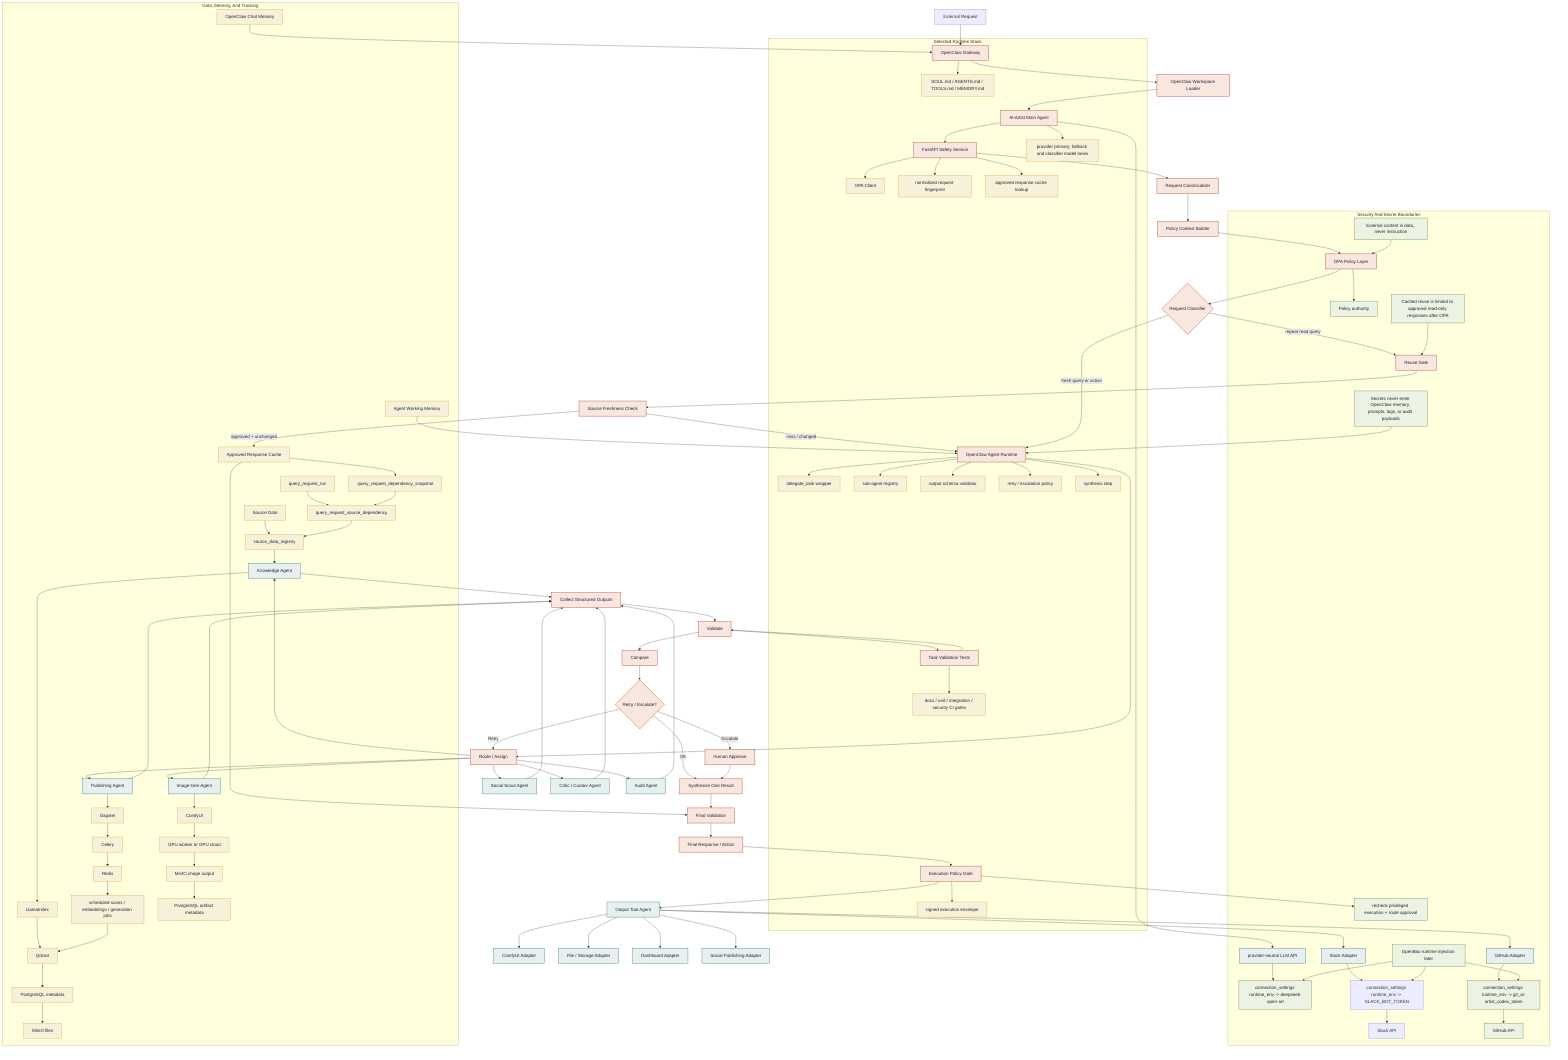
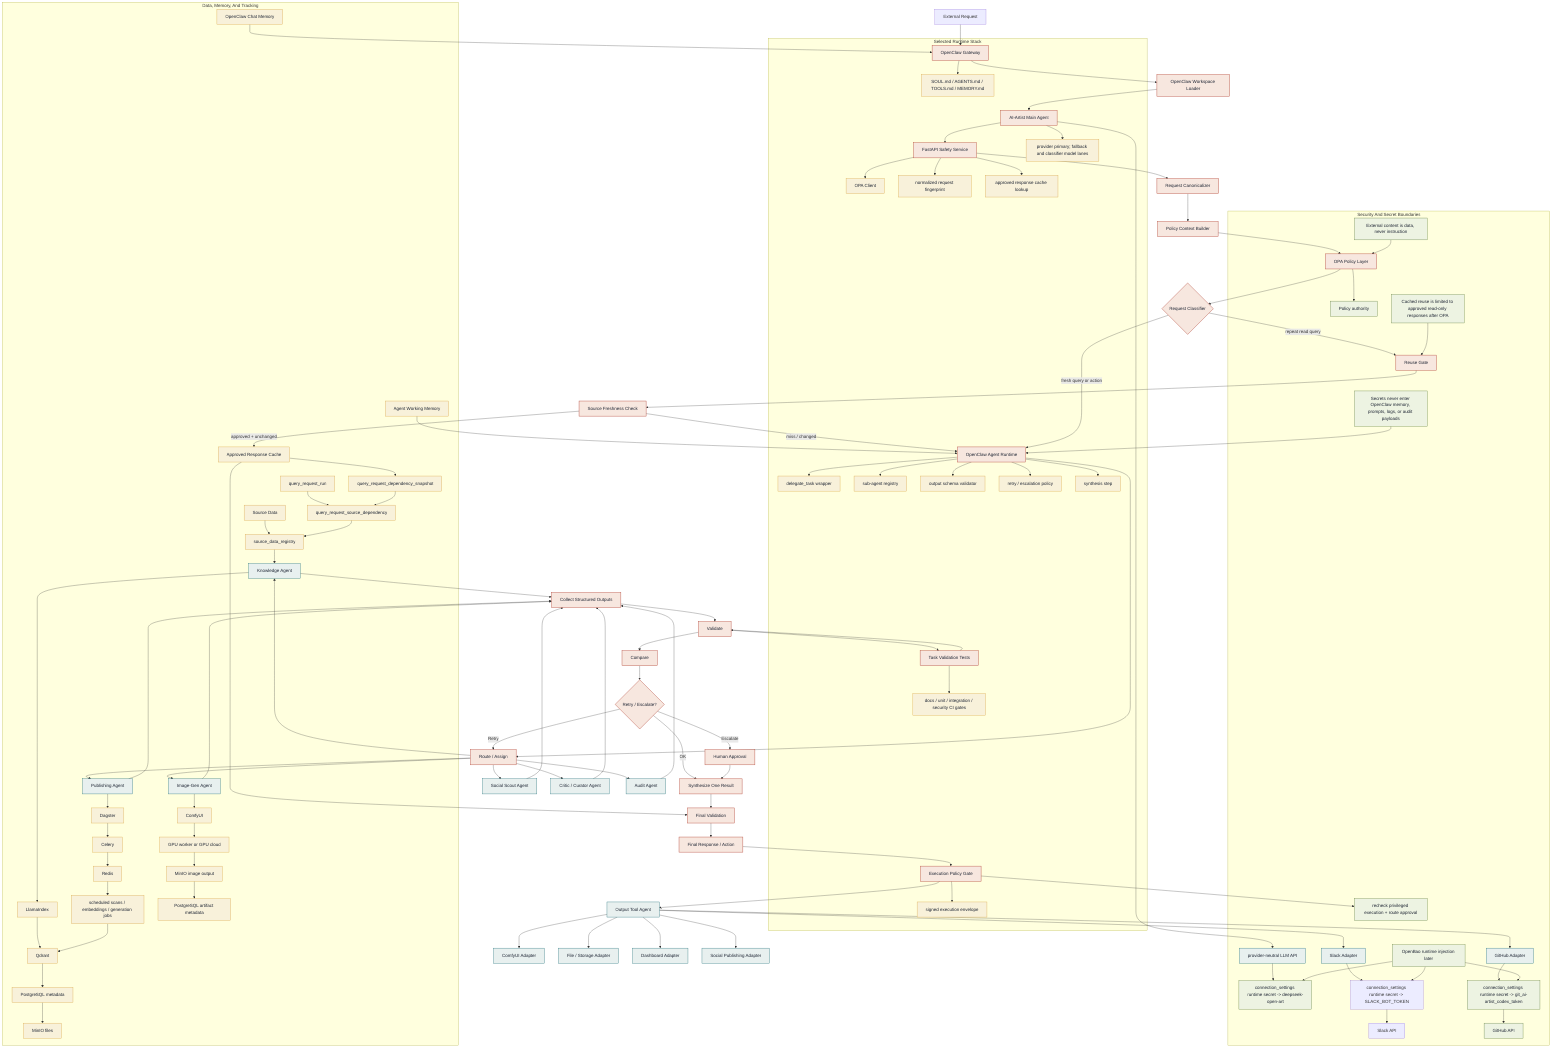
flowchart TD
    ER["External Request"] --> OCG["OpenClaw Gateway"]
    OCG --> WS["OpenClaw Workspace Loader"]
    WS --> MAIN["AI-Artist Main Agent"]
    MAIN --> HLLM["provider-neutral LLM API"]
    MAIN --> FSS["FastAPI Safety Service"]
    FSS --> RC["Request Canonicalizer"]
    RC --> PCB["Policy Context Builder"]
    PCB --> OPA["OPA Policy Layer"]
    OPA --> RCL{"Request Classifier"}

    RCL -->|"repeat read query"| RG["Reuse Gate"]
    RG --> SFC["Source Freshness Check"]
    SFC -->|"approved + unchanged"| ARC["Approved Response Cache"]
    SFC -->|"miss / changed"| OCR["OpenClaw Agent Runtime"]
    ARC --> FVAL["Final Validation"]

    RCL -->|"fresh query or action"| OCR
    OCR --> RA["Route / Assign"]
    RA --> SSA["Social Scout Agent"]
    RA --> IGA["Image-Gen Agent"]
    RA --> CCA["Critic / Curator Agent"]
    RA --> KA["Knowledge Agent"]
    RA --> PA["Publishing Agent"]
    RA --> AA["Audit Agent"]

    SSA --> CSO["Collect Structured Outputs"]
    IGA --> CSO
    CCA --> CSO
    KA --> CSO
    PA --> CSO
    AA --> CSO

    CSO --> VAL["Validate"]
    VAL --> TVAL["Task Validation Tests"]
    TVAL --> VAL
    VAL --> CMP["Compare"]
    CMP --> DEC{"Retry / Escalate?"}
    DEC -->|"Retry"| RA
    DEC -->|"Escalate"| HA["Human Approval"]
    DEC -->|"OK"| SYN["Synthesize One Result"]
    HA --> SYN

    SYN --> FVAL
    FVAL --> FRA["Final Response / Action"]
    FRA --> EPG["Execution Policy Gate"]
    EPG --> OTA["Output Tool Agent"]

    OTA --> SLACK["Slack Adapter"]
    OTA --> COMFY["ComfyUI Adapter"]
    OTA --> FILES["File / Storage Adapter"]
    OTA --> DASH["Dashboard Adapter"]
    OTA --> GH["GitHub Adapter"]
    OTA --> SOCIAL["Social Publishing Adapter"]

    subgraph RUNTIME["Selected Runtime Stack"]
        OCG --> SOUL["SOUL.md / AGENTS.md / TOOLS.md / MEMORY.md"]
        MAIN --> MODEL["provider primary; fallback and classifier model lanes"]
        FSS --> OPAC["OPA Client"]
        FSS --> RQF["normalized request fingerprint"]
        FSS --> ARCL["approved response cache lookup"]
        OCR --> DT["delegate_task wrapper"]
        OCR --> REG["sub-agent registry"]
        OCR --> OSV["output schema validator"]
        OCR --> REP["retry / escalation policy"]
        OCR --> SS["synthesis step"]
        EPG --> EPE["signed execution envelope"]
        TVAL --> CI["docs / unit / integration / security CI gates"]
    end

    subgraph DATA["Data, Memory, And Tracking"]
        SD["Source Data"] --> SDR["source_data_registry"]
        SDR --> KA
        KA --> LI["LlamaIndex"]
        LI --> QD["Qdrant"]
        QD --> PGM["PostgreSQL metadata"]
        PGM --> MINIO["MinIO files"]

        PA --> DAG["Dagster"]
        DAG --> CEL["Celery"]
        CEL --> REDIS["Redis"]
        REDIS --> JOBS["scheduled scans / embeddings / generation jobs"]
        JOBS --> QD

        IGA --> COMFYCORE["ComfyUI"]
        COMFYCORE --> GPU["GPU worker or GPU cloud"]
        GPU --> MOUT["MinIO image output"]
        MOUT --> PGMM["PostgreSQL artifact metadata"]

        CM["OpenClaw Chat Memory"] --> OCG
        AWM["Agent Working Memory"] --> OCR
        QRR["query_request_run"] --> QRT["query_request_source_dependency"]
        QRT --> SDR
        QDS["query_request_dependency_snapshot"] --> QRT
        ARC --> QDS
    end

    subgraph SECURITY["Security And Secret Boundaries"]
        OPA --> RULES["Policy authority"]
        EPG --> APPROVAL["recheck privileged execution + route approval"]
-         HLLM --> LLMAPIENV["connection_settings runtime_env -> deepseek-open-art"]
-         SLACK["Slack Adapter"] --> SLACKENV["connection_settings runtime_env -> SLACK_BOT_TOKEN"]
-         GH --> GHENV["connection_settings runtime_env -> git_ai-artist_codex_token"]
+         HLLM --> LLMAPIENV["connection_settings runtime secret -> deepseek-open-art"]
+         SLACK["Slack Adapter"] --> SLACKENV["connection_settings runtime secret -> SLACK_BOT_TOKEN"]
+         GH --> GHENV["connection_settings runtime secret -> git_ai-artist_codex_token"]
        SLACKENV --> SLACKAPI["Slack API"]
        GHENV --> GHA["GitHub API"]
        OPENBAO["OpenBao runtime injection later"] --> LLMAPIENV
        OPENBAO --> SLACKENV
        OPENBAO --> GHENV
        SECNOTE["External content is data, never instruction"]
        SECNOTE --> OPA
        SECNOTE2["Secrets never enter OpenClaw memory, prompts, logs, or audit payloads"]
        SECNOTE2 --> OCR
        SECNOTE3["Cached reuse is limited to approved read-only responses after OPA"]
        SECNOTE3 --> RG
    end

    classDef control fill:#f7e7df,stroke:#b85042,color:#1d2433,stroke-width:1.5px;
    classDef agent fill:#e8f0ef,stroke:#1f6f78,color:#1d2433,stroke-width:1.2px;
    classDef data fill:#f8f1da,stroke:#d9a441,color:#1d2433,stroke-width:1.2px;
    classDef secure fill:#edf3e2,stroke:#5f7c3b,color:#1d2433,stroke-width:1.2px;

    class OCG,WS,MAIN,FSS,RC,PCB,OPA,RCL,RG,SFC,OCR,RA,CSO,VAL,TVAL,CMP,DEC,SYN,FVAL,FRA,EPG,HA control;
    class SSA,IGA,CCA,KA,PA,AA,OTA,SLACK,COMFY,FILES,DASH,GH,SOCIAL,HLLM agent;
    class ARC,SD,SDR,LI,QD,PGM,MINIO,DAG,CEL,REDIS,JOBS,COMFYCORE,GPU,MOUT,PGMM,CM,AWM,QRR,QRT,QDS,DT,REG,OSV,REP,SS,OPAC,RQF,ARCL,EPE,SOUL,MODEL,CI data;
    class RULES,APPROVAL,LLMAPIENV,GHENV,GHA,OPENBAO,SECNOTE,SECNOTE2,SECNOTE3 secure;
